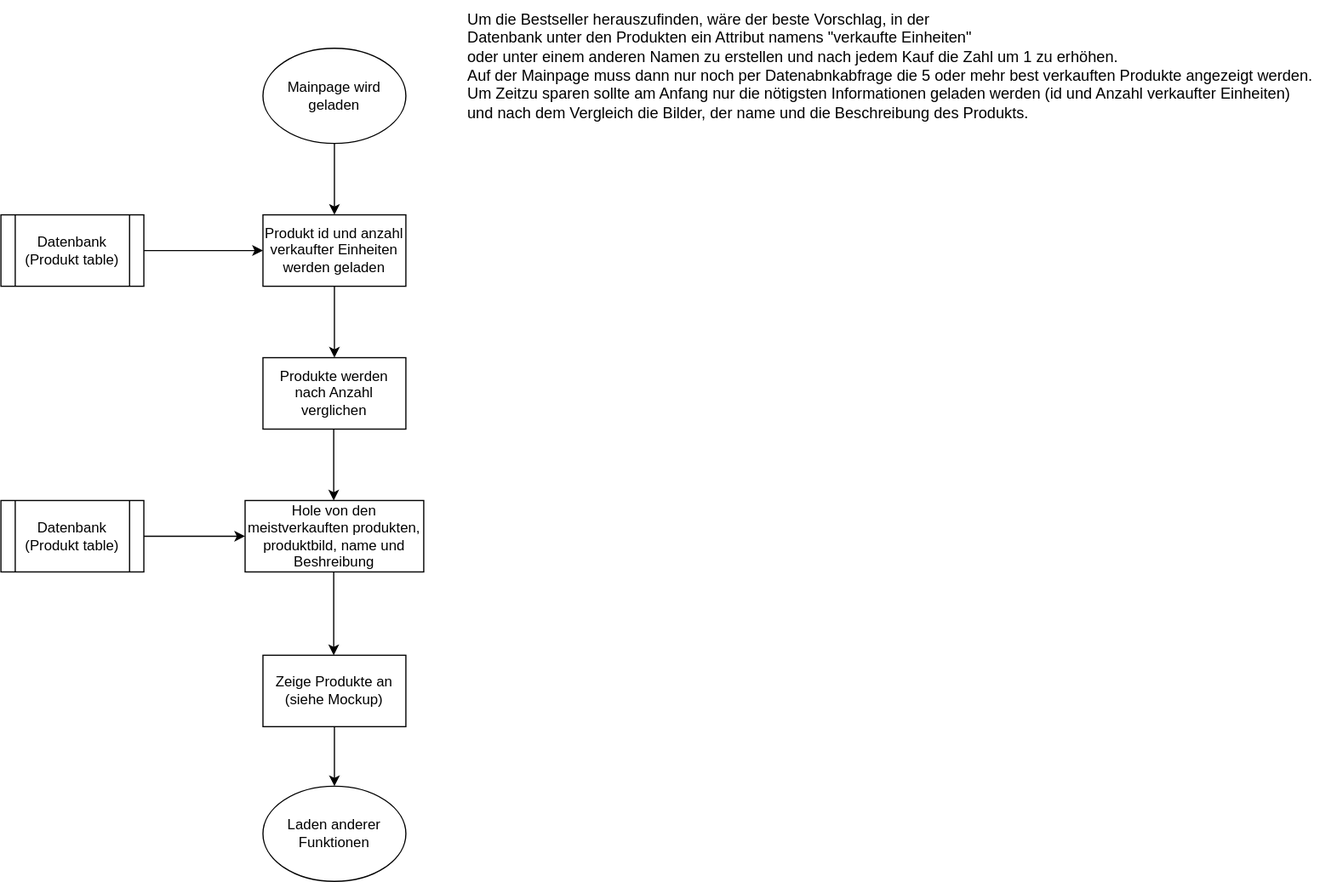
Above: drawio/Flussdiagramm Funktion Bestseller Aggregation Main Page.drawio.svg in Projektarbeiten/ProjectPlatypus (draw.io), before the change. Source tidied: cells renumbered, new cells last; positions are measured from the earlier drawing's top-left corner, leaving out a move shared by most shapes. Source of this version:
```xml
<mxGraphModel>
  <root>
    <mxCell id="0" />
    <mxCell id="1" parent="0" />
    <mxCell id="2" style="edgeStyle=none;html=1;exitX=0.5;exitY=1;exitDx=0;exitDy=0;entryX=0.5;entryY=0;entryDx=0;entryDy=0;" parent="1" edge="1" source="3" target="5">
      <mxGeometry relative="1" as="geometry" />
    </mxCell>
    <mxCell id="3" value="Mainpage wird geladen" style="ellipse;whiteSpace=wrap;html=1;" parent="1" vertex="1">
      <mxGeometry x="220" y="40" width="120" height="80" as="geometry" />
    </mxCell>
    <mxCell id="4" style="edgeStyle=none;html=1;exitX=0.5;exitY=1;exitDx=0;exitDy=0;entryX=0.5;entryY=0;entryDx=0;entryDy=0;" parent="1" edge="1" source="5">
      <mxGeometry relative="1" as="geometry">
        <mxPoint x="280" y="300" as="targetPoint" />
      </mxGeometry>
    </mxCell>
    <mxCell id="5" value="Produkt id und anzahl verkaufter Einheiten werden geladen&amp;nbsp;&amp;nbsp;" style="rounded=0;whiteSpace=wrap;html=1;" parent="1" vertex="1">
      <mxGeometry x="220" y="180" width="120" height="60" as="geometry" />
    </mxCell>
    <mxCell id="6" style="edgeStyle=none;html=1;exitX=0.5;exitY=1;exitDx=0;exitDy=0;" parent="1" edge="1">
      <mxGeometry relative="1" as="geometry">
        <mxPoint x="279.4" y="360" as="sourcePoint" />
        <mxPoint x="279.4" y="420" as="targetPoint" />
      </mxGeometry>
    </mxCell>
    <mxCell id="7" style="edgeStyle=none;html=1;exitX=0.5;exitY=1;exitDx=0;exitDy=0;entryX=0.5;entryY=0;entryDx=0;entryDy=0;" parent="1" edge="1">
      <mxGeometry relative="1" as="geometry">
        <mxPoint x="279.4" y="480" as="sourcePoint" />
        <mxPoint x="279.4" y="550" as="targetPoint" />
      </mxGeometry>
    </mxCell>
    <mxCell id="8" style="edgeStyle=none;html=1;exitX=0.5;exitY=1;exitDx=0;exitDy=0;" parent="1" edge="1" target="9">
      <mxGeometry relative="1" as="geometry">
        <mxPoint x="280" y="600" as="sourcePoint" />
      </mxGeometry>
    </mxCell>
    <mxCell id="9" value="Laden anderer Funktionen" style="ellipse;whiteSpace=wrap;html=1;" parent="1" vertex="1">
      <mxGeometry x="220" y="660" width="120" height="80" as="geometry" />
    </mxCell>
    <mxCell id="10" value="Um die Bestseller herauszufinden, wäre der beste Vorschlag, in der&lt;br style=&quot;font-size: 13px;&quot;&gt;Datenbank unter den Produkten ein Attribut namens &quot;verkaufte Einheiten&quot; &lt;br style=&quot;font-size: 13px;&quot;&gt;oder unter einem anderen Namen zu erstellen und nach jedem Kauf die Zahl um 1 zu erhöhen. &lt;br style=&quot;font-size: 13px;&quot;&gt;Auf der Mainpage muss dann nur noch per Datenabnkabfrage die 5 oder mehr best verkauften Produkte angezeigt werden.&lt;br&gt;Um Zeitzu sparen sollte am Anfang nur die nötigsten Informationen geladen werden (id und Anzahl verkaufter Einheiten)&lt;br&gt;und nach dem Vergleich die Bilder, der name und die Beschreibung des Produkts." style="text;html=1;align=left;verticalAlign=middle;strokeColor=none;fillColor=none;labelPosition=center;verticalLabelPosition=middle;textDirection=ltr;fontSize=13;" parent="1" vertex="1">
      <mxGeometry x="390" width="730" height="110" as="geometry" />
    </mxCell>
    <mxCell id="11" style="edgeStyle=none;html=1;" parent="1" edge="1" source="12" target="5">
      <mxGeometry relative="1" as="geometry" />
    </mxCell>
    <mxCell id="12" value="Datenbank&lt;br&gt;(Produkt table)" style="shape=process;whiteSpace=wrap;html=1;backgroundOutline=1;" parent="1" vertex="1">
      <mxGeometry y="180" width="120" height="60" as="geometry" />
    </mxCell>
    <mxCell id="13" value="Produkte werden nach Anzahl verglichen" style="rounded=0;whiteSpace=wrap;html=1;" parent="1" vertex="1">
      <mxGeometry x="220" y="300" width="120" height="60" as="geometry" />
    </mxCell>
    <mxCell id="14" value="Hole von den meistverkauften produkten, produktbild, name und Beshreibung&amp;nbsp;" style="rounded=0;whiteSpace=wrap;html=1;" parent="1" vertex="1">
      <mxGeometry x="205" y="420" width="150" height="60" as="geometry" />
    </mxCell>
    <mxCell id="15" style="edgeStyle=none;html=1;entryX=0;entryY=0.5;entryDx=0;entryDy=0;" parent="1" edge="1" source="16" target="14">
      <mxGeometry relative="1" as="geometry" />
    </mxCell>
    <mxCell id="16" value="Datenbank&lt;br&gt;(Produkt table)" style="shape=process;whiteSpace=wrap;html=1;backgroundOutline=1;" parent="1" vertex="1">
      <mxGeometry y="420" width="120" height="60" as="geometry" />
    </mxCell>
    <mxCell id="17" value="Zeige Produkte an (siehe Mockup)" style="rounded=0;whiteSpace=wrap;html=1;" parent="1" vertex="1">
      <mxGeometry x="220" y="550" width="120" height="60" as="geometry" />
    </mxCell>
  </root>
</mxGraphModel>
```
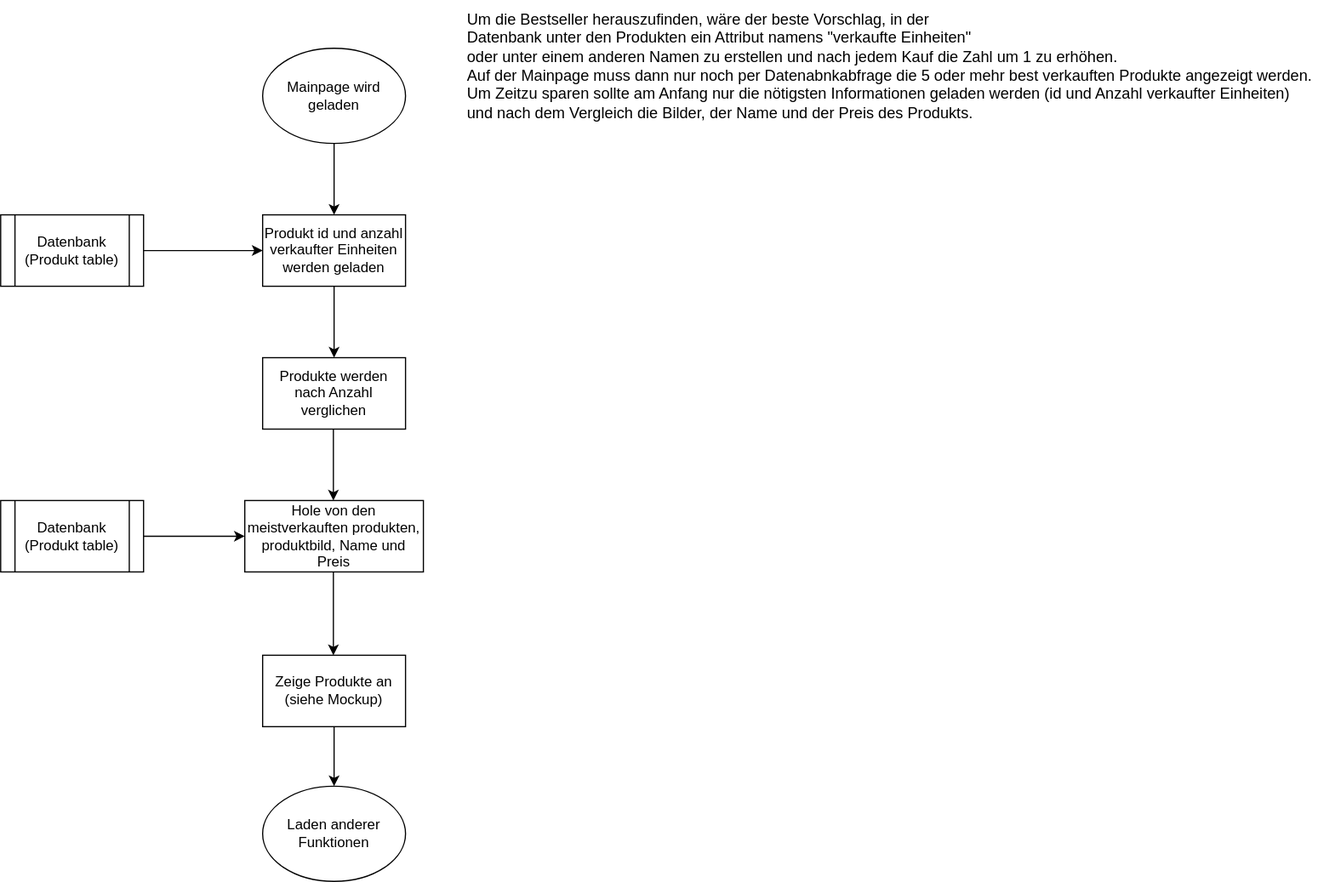
After the commit.

Commit message:
Beschreibung in Preis geändert

What changed in the source:
```diff
@@ -36,7 +36,7 @@
     <mxCell id="9" value="Laden anderer Funktionen" style="ellipse;whiteSpace=wrap;html=1;" parent="1" vertex="1">
       <mxGeometry x="220" y="660" width="120" height="80" as="geometry" />
     </mxCell>
-    <mxCell id="10" value="Um die Bestseller herauszufinden, wäre der beste Vorschlag, in der&lt;br style=&quot;font-size: 13px;&quot;&gt;Datenbank unter den Produkten ein Attribut namens &quot;verkaufte Einheiten&quot; &lt;br style=&quot;font-size: 13px;&quot;&gt;oder unter einem anderen Namen zu erstellen und nach jedem Kauf die Zahl um 1 zu erhöhen. &lt;br style=&quot;font-size: 13px;&quot;&gt;Auf der Mainpage muss dann nur noch per Datenabnkabfrage die 5 oder mehr best verkauften Produkte angezeigt werden.&lt;br&gt;Um Zeitzu sparen sollte am Anfang nur die nötigsten Informationen geladen werden (id und Anzahl verkaufter Einheiten)&lt;br&gt;und nach dem Vergleich die Bilder, der name und die Beschreibung des Produkts." style="text;html=1;align=left;verticalAlign=middle;strokeColor=none;fillColor=none;labelPosition=center;verticalLabelPosition=middle;textDirection=ltr;fontSize=13;" parent="1" vertex="1">
+    <mxCell id="10" value="Um die Bestseller herauszufinden, wäre der beste Vorschlag, in der&lt;br style=&quot;font-size: 13px;&quot;&gt;Datenbank unter den Produkten ein Attribut namens &quot;verkaufte Einheiten&quot; &lt;br style=&quot;font-size: 13px;&quot;&gt;oder unter einem anderen Namen zu erstellen und nach jedem Kauf die Zahl um 1 zu erhöhen. &lt;br style=&quot;font-size: 13px;&quot;&gt;Auf der Mainpage muss dann nur noch per Datenabnkabfrage die 5 oder mehr best verkauften Produkte angezeigt werden.&lt;br&gt;Um Zeitzu sparen sollte am Anfang nur die nötigsten Informationen geladen werden (id und Anzahl verkaufter Einheiten)&lt;br&gt;und nach dem Vergleich die Bilder, der Name und der Preis des Produkts." style="text;html=1;align=left;verticalAlign=middle;strokeColor=none;fillColor=none;labelPosition=center;verticalLabelPosition=middle;textDirection=ltr;fontSize=13;" parent="1" vertex="1">
       <mxGeometry x="390" width="730" height="110" as="geometry" />
     </mxCell>
     <mxCell id="11" style="edgeStyle=none;html=1;" parent="1" edge="1" source="12" target="5">
@@ -48,7 +48,7 @@
     <mxCell id="13" value="Produkte werden nach Anzahl verglichen" style="rounded=0;whiteSpace=wrap;html=1;" parent="1" vertex="1">
       <mxGeometry x="220" y="300" width="120" height="60" as="geometry" />
     </mxCell>
-    <mxCell id="14" value="Hole von den meistverkauften produkten, produktbild, name und Beshreibung&amp;nbsp;" style="rounded=0;whiteSpace=wrap;html=1;" parent="1" vertex="1">
+    <mxCell id="14" value="Hole von den meistverkauften produkten, produktbild, Name und Preis&amp;nbsp;" style="rounded=0;whiteSpace=wrap;html=1;" parent="1" vertex="1">
       <mxGeometry x="205" y="420" width="150" height="60" as="geometry" />
     </mxCell>
     <mxCell id="15" style="edgeStyle=none;html=1;entryX=0;entryY=0.5;entryDx=0;entryDy=0;" parent="1" edge="1" source="16" target="14">
```
